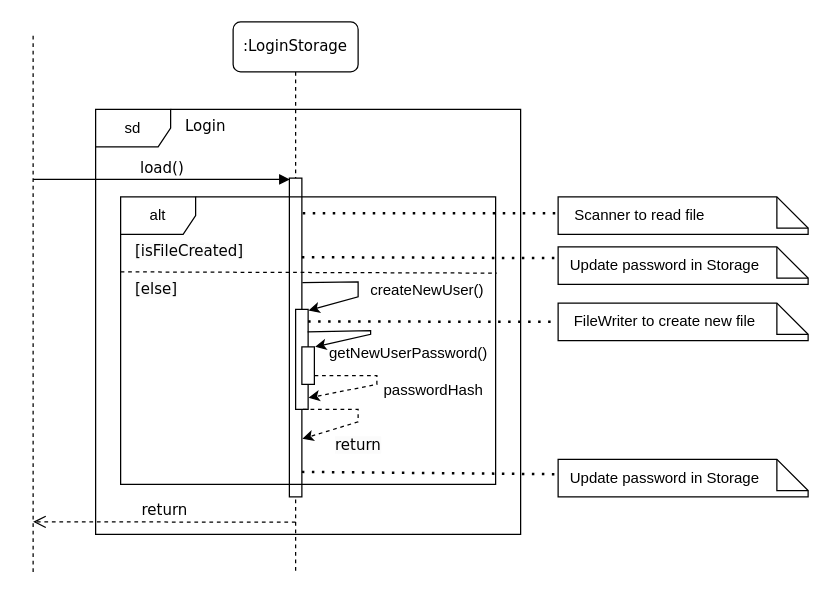
Above: page "login-sd" (3 of 3) of docs/Diagrams/Storage/storage.drawio in wongwh2002/CS2113TeamProject (draw.io), before the change. Source tidied: cells renumbered, new cells numbered last; positions are measured from the earlier drawing's top-left corner, leaving out a move shared by most shapes. Both pictures are drawn from the tidied source at 125%, with x=0, y=0 at pixel (32, 21).
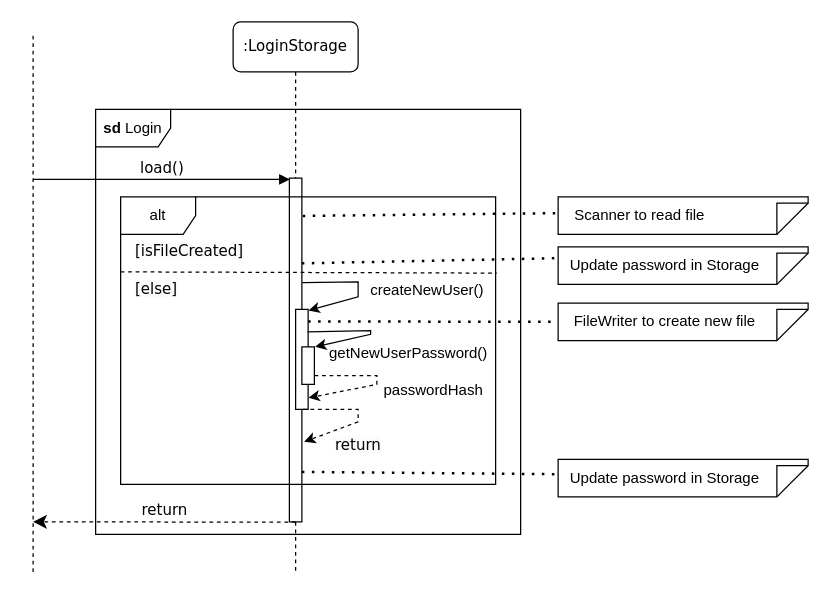
The same page after the edit.

Unchanged cells that the change refers to:
```xml
<mxCell id="2" value=":LoginStorage" style="shape=umlLifeline;perimeter=lifelinePerimeter;whiteSpace=wrap;html=1;rounded=1;shadow=0;comic=0;labelBackgroundColor=none;strokeWidth=1;fontFamily=Verdana;fontSize=12;align=center;" parent="1" vertex="1">
  <mxGeometry x="160" width="100" height="440" as="geometry" />
</mxCell>
<mxCell id="13" style="html=1;points=[];perimeter=orthogonalPerimeter;rounded=0;shadow=0;comic=0;labelBackgroundColor=none;strokeWidth=1;fontFamily=Verdana;fontSize=12;align=center;" parent="1" vertex="1">
  <mxGeometry x="210" y="230" width="10" height="80" as="geometry" />
</mxCell>
```

What changed in the source:
```diff
@@
     <mxCell id="3" style="html=1;points=[];perimeter=orthogonalPerimeter;rounded=0;shadow=0;comic=0;labelBackgroundColor=none;strokeWidth=1;fontFamily=Verdana;fontSize=12;align=center;" parent="2" vertex="1">
-      <mxGeometry x="45" y="125" width="10" height="255" as="geometry" />
+      <mxGeometry x="45" y="125" width="10" height="275" as="geometry" />
     </mxCell>
@@
-    <mxCell id="5" value="sd" style="shape=umlFrame;whiteSpace=wrap;html=1;" parent="1" vertex="1">
+    <mxCell id="5" value="&lt;b&gt;sd&lt;/b&gt; Login" style="shape=umlFrame;whiteSpace=wrap;html=1;" parent="1" vertex="1">
       <mxGeometry x="50" y="70" width="340" height="340" as="geometry" />
     </mxCell>
-    <mxCell id="6" value="&lt;div style=&quot;text-align: center;&quot;&gt;&lt;span style=&quot;background-color: initial; text-wrap-mode: nowrap;&quot;&gt;&lt;font face=&quot;Verdana&quot;&gt;Login&lt;/font&gt;&lt;/span&gt;&lt;/div&gt;" style="text;whiteSpace=wrap;html=1;" parent="1" vertex="1">
-      <mxGeometry x="120" y="70" width="70" height="20" as="geometry" />
-    </mxCell>
-    <mxCell id="7" value="return" style="html=1;verticalAlign=bottom;endArrow=open;dashed=1;endSize=8;labelBackgroundColor=none;fontFamily=Verdana;fontSize=12;edgeStyle=elbowEdgeStyle;elbow=vertical;" parent="1" edge="1">
+    <mxCell id="7" value="return" style="html=1;verticalAlign=bottom;endArrow=classic;dashed=1;endSize=8;labelBackgroundColor=none;fontFamily=Verdana;fontSize=12;edgeStyle=elbowEdgeStyle;elbow=vertical;endFill=1;" parent="1" edge="1">
       <mxGeometry relative="1" as="geometry">
         <mxPoint x="210" y="400.2" as="sourcePoint" />
         <mxPoint y="400" as="targetPoint" />
       </mxGeometry>
     </mxCell>
@@
-    <mxCell id="20" style="endArrow=classic;html=1;rounded=0;exitX=0.591;exitY=1.001;exitDx=0;exitDy=0;exitPerimeter=0;entryX=1.033;entryY=0.818;entryDx=0;entryDy=0;entryPerimeter=0;dashed=1;" parent="1" edge="1" source="13" target="3">
+    <mxCell id="20" style="endArrow=classic;html=1;rounded=0;exitX=0.591;exitY=1.001;exitDx=0;exitDy=0;exitPerimeter=0;entryX=1.186;entryY=0.767;entryDx=0;entryDy=0;entryPerimeter=0;dashed=1;" parent="1" edge="1" source="13" target="3">
       <mxGeometry relative="1" as="geometry">
         <Array as="points">
           <mxPoint x="260" y="310" />
           <mxPoint x="260" y="320" />
         </Array>
       </mxGeometry>
     </mxCell>
@@
-    <mxCell id="24" style="shape=note2;boundedLbl=1;whiteSpace=wrap;html=1;size=25;verticalAlign=top;align=center;" parent="1" vertex="1">
+    <mxCell id="24" style="shape=note2;boundedLbl=1;whiteSpace=wrap;html=1;size=25;verticalAlign=top;align=center;flipV=1;" parent="1" vertex="1">
       <mxGeometry x="420" y="140" width="200" height="30" as="geometry" />
     </mxCell>
@@
-    <mxCell id="27" style="shape=note2;boundedLbl=1;whiteSpace=wrap;html=1;size=25;verticalAlign=top;align=center;" parent="1" vertex="1">
+    <mxCell id="27" style="shape=note2;boundedLbl=1;whiteSpace=wrap;html=1;size=25;verticalAlign=top;align=center;flipV=1;" parent="1" vertex="1">
       <mxGeometry x="420" y="180" width="200" height="30" as="geometry" />
     </mxCell>
@@
-    <mxCell id="29" style="shape=note2;boundedLbl=1;whiteSpace=wrap;html=1;size=25;verticalAlign=top;align=center;" parent="1" vertex="1">
+    <mxCell id="29" style="shape=note2;boundedLbl=1;whiteSpace=wrap;html=1;size=25;verticalAlign=top;align=center;flipV=1;" parent="1" vertex="1">
       <mxGeometry x="420" y="350" width="200" height="30" as="geometry" />
     </mxCell>
@@
-    <mxCell id="32" style="shape=note2;boundedLbl=1;whiteSpace=wrap;html=1;size=25;verticalAlign=top;align=center;" parent="1" vertex="1">
+    <mxCell id="32" style="shape=note2;boundedLbl=1;whiteSpace=wrap;html=1;size=25;verticalAlign=top;align=center;flipV=1;" parent="1" vertex="1">
       <mxGeometry x="420" y="225" width="200" height="30" as="geometry" />
     </mxCell>
```
